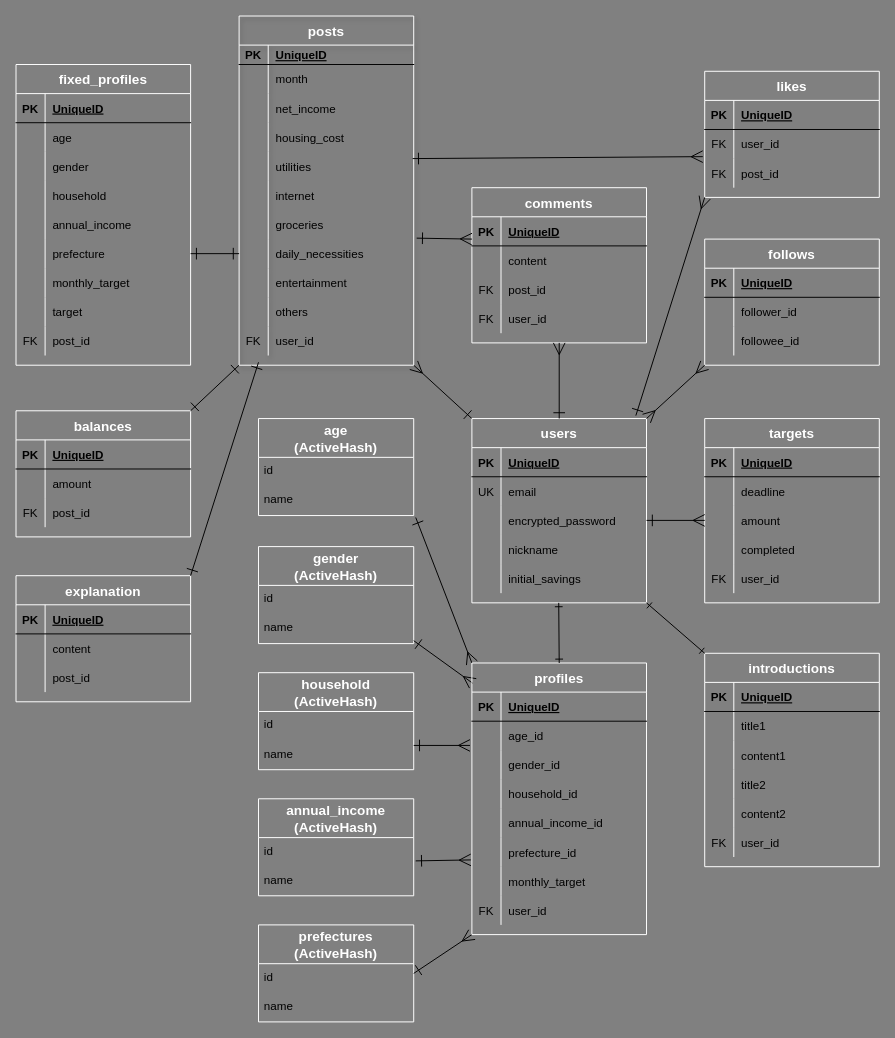
This is er.dio from Jun-130/piling-up, a draw.io file, before an edit. Source tidied: cells renumbered, new cells numbered last; positions are measured from the earlier drawing's top-left corner, leaving out a move shared by most shapes. Both pictures are drawn from the tidied source at 97%, with x=0, y=0 at pixel (16, 16).
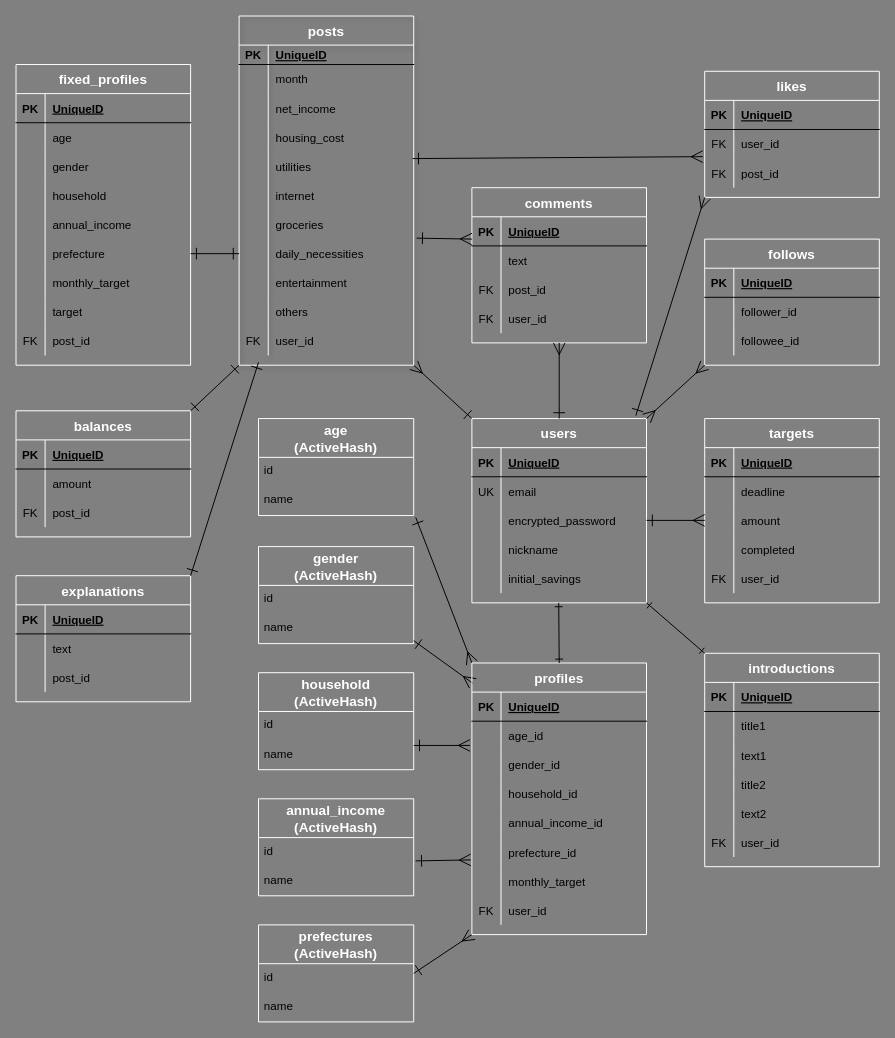
The same page after the edit.

The change refers to these unchanged cells:
```xml
<mxCell id="130" style="shape=partialRectangle;fillColor=none;top=0;left=0;bottom=0;right=0;" parent="126" vertex="1">
  <mxGeometry y="60" width="180" height="30" as="geometry" />
</mxCell>
<mxCell id="186" style="shape=partialRectangle;fillColor=none;top=0;left=0;bottom=0;right=0;" parent="179" vertex="1">
  <mxGeometry y="90" width="180" height="30" as="geometry" />
</mxCell>
<mxCell id="192" style="shape=partialRectangle;fillColor=none;top=0;left=0;bottom=0;right=0;" parent="179" vertex="1">
  <mxGeometry y="150" width="180" height="30" as="geometry" />
</mxCell>
<mxCell id="219" style="shape=partialRectangle;fillColor=none;top=0;left=0;bottom=0;right=0;" parent="215" vertex="1">
  <mxGeometry y="60" width="180" height="30" as="geometry" />
</mxCell>
```

Diff of the diagram source:
```diff
@@
-    <mxCell id="132" value="content" style="shape=partialRectangle;fillColor=none;top=0;left=0;bottom=0;right=0;align=left;spacingLeft=6;overflow=hidden;" parent="130" vertex="1">
+    <mxCell id="132" value="text" style="shape=partialRectangle;fillColor=none;top=0;left=0;bottom=0;right=0;align=left;spacingLeft=6;overflow=hidden;" parent="130" vertex="1">
       <mxGeometry x="30" width="150" height="30" as="geometry" />
     </mxCell>
@@
-    <mxCell id="188" value="content1" style="shape=partialRectangle;fillColor=none;top=0;left=0;bottom=0;right=0;align=left;spacingLeft=6;overflow=hidden;" parent="186" vertex="1">
+    <mxCell id="188" value="text1" style="shape=partialRectangle;fillColor=none;top=0;left=0;bottom=0;right=0;align=left;spacingLeft=6;overflow=hidden;" parent="186" vertex="1">
       <mxGeometry x="30" width="150" height="30" as="geometry" />
     </mxCell>
@@
-    <mxCell id="194" value="content2" style="shape=partialRectangle;fillColor=none;top=0;left=0;bottom=0;right=0;align=left;spacingLeft=6;overflow=hidden;" parent="192" vertex="1">
+    <mxCell id="194" value="text2" style="shape=partialRectangle;fillColor=none;top=0;left=0;bottom=0;right=0;align=left;spacingLeft=6;overflow=hidden;" parent="192" vertex="1">
       <mxGeometry x="30" width="150" height="30" as="geometry" />
     </mxCell>
@@
-    <mxCell id="215" value="explanation" style="shape=table;startSize=30;childLayout=tableLayout;rowLines=0;fontStyle=1;align=center;fillColor=none;strokeColor=#FFFFFF;fontSize=14;fontColor=#FFFFFF;labelBackgroundColor=none;" parent="1" vertex="1">
+    <mxCell id="215" value="explanations" style="shape=table;startSize=30;childLayout=tableLayout;rowLines=0;fontStyle=1;align=center;fillColor=none;strokeColor=#FFFFFF;fontSize=14;fontColor=#FFFFFF;labelBackgroundColor=none;" parent="1" vertex="1">
       <mxGeometry y="577" width="180" height="130" as="geometry" />
     </mxCell>
@@
-    <mxCell id="221" value="content" style="shape=partialRectangle;fillColor=none;top=0;left=0;bottom=0;right=0;align=left;spacingLeft=6;overflow=hidden;" parent="219" vertex="1">
+    <mxCell id="221" value="text" style="shape=partialRectangle;fillColor=none;top=0;left=0;bottom=0;right=0;align=left;spacingLeft=6;overflow=hidden;" parent="219" vertex="1">
       <mxGeometry x="30" width="150" height="30" as="geometry" />
     </mxCell>
```
